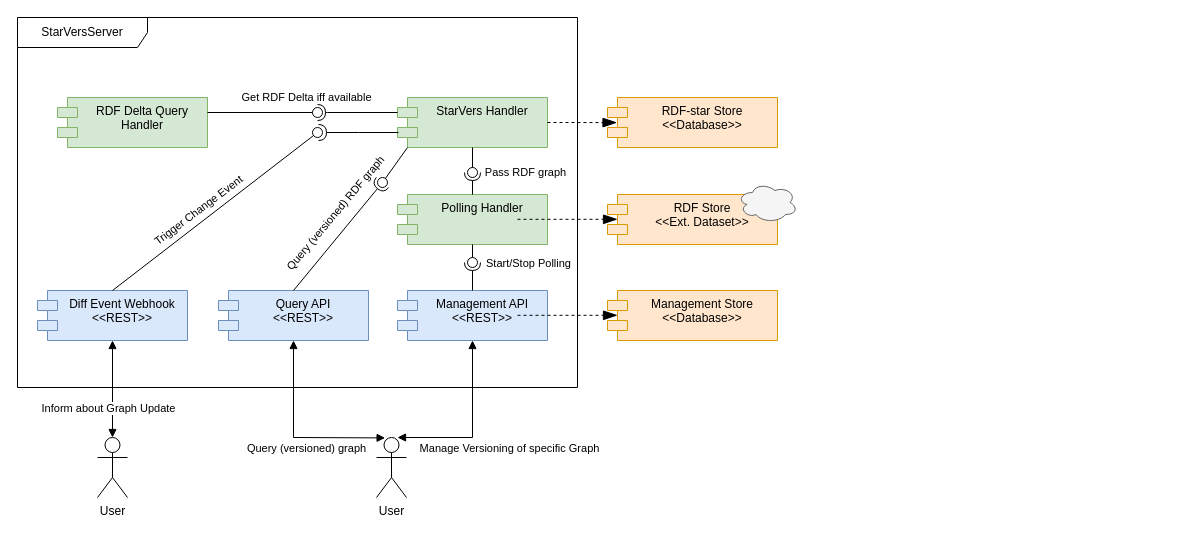
GreenfishK/starvers keeps this draw.io diagram as assets/ComponentDiagram.drawio. Above is the earlier version. Source tidied: cells renumbered, new cells numbered last; positions are measured from the earlier drawing's top-left corner, leaving out a move shared by most shapes. Both pictures are drawn from the tidied source at 100%, with x=0, y=0 at pixel (17, 17).
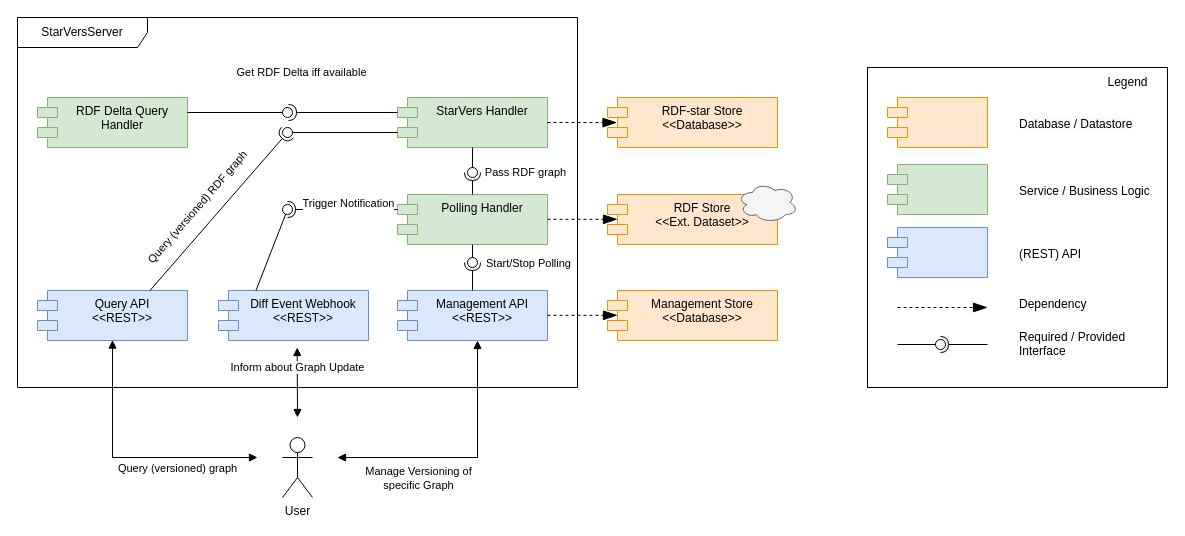
The same page after the edit.

The change refers to these unchanged cells:
```xml
<mxCell id="2" value="Polling Handler" style="shape=module;align=left;spacingLeft=20;align=center;verticalAlign=top;whiteSpace=wrap;html=1;fillColor=#d5e8d4;strokeColor=#82b366;" parent="1" vertex="1">
  <mxGeometry x="380" y="177" width="150" height="50" as="geometry" />
</mxCell>
<mxCell id="6" value="Management API&lt;br&gt;&amp;lt;&amp;lt;REST&amp;gt;&amp;gt;" style="shape=module;align=left;spacingLeft=20;align=center;verticalAlign=top;whiteSpace=wrap;html=1;fillColor=#dae8fc;strokeColor=#6c8ebf;" parent="1" vertex="1">
  <mxGeometry x="380" y="273" width="150" height="50" as="geometry" />
</mxCell>
<mxCell id="7" value="StarVers Handler" style="shape=module;align=left;spacingLeft=20;align=center;verticalAlign=top;whiteSpace=wrap;html=1;fillColor=#d5e8d4;strokeColor=#82b366;" parent="1" vertex="1">
  <mxGeometry x="380" y="80" width="150" height="50" as="geometry" />
</mxCell>
```

What changed in the source:
```diff
@@
-    <mxCell id="8" value="Diff Event Webhook&lt;br&gt;&amp;lt;&amp;lt;REST&amp;gt;&amp;gt;" style="shape=module;align=left;spacingLeft=20;align=center;verticalAlign=top;whiteSpace=wrap;html=1;fillColor=#dae8fc;strokeColor=#6c8ebf;" parent="1" vertex="1">
+    <mxCell id="8" value="Query API&lt;br style=&quot;border-color: var(--border-color);&quot;&gt;&amp;lt;&amp;lt;REST&amp;gt;&amp;gt;" style="shape=module;align=left;spacingLeft=20;align=center;verticalAlign=top;whiteSpace=wrap;html=1;fillColor=#dae8fc;strokeColor=#6c8ebf;" parent="1" vertex="1">
       <mxGeometry x="20" y="273" width="150" height="50" as="geometry" />
     </mxCell>
     <mxCell id="9" value="User" style="shape=umlActor;verticalLabelPosition=bottom;verticalAlign=top;html=1;" parent="1" vertex="1">
-      <mxGeometry x="359" y="420" width="30" height="60" as="geometry" />
+      <mxGeometry x="265" y="420" width="30" height="60" as="geometry" />
     </mxCell>
@@
     <mxCell id="11" value="RDF Delta Query Handler" style="shape=module;align=left;spacingLeft=20;align=center;verticalAlign=top;whiteSpace=wrap;html=1;fillColor=#d5e8d4;strokeColor=#82b366;" parent="1" vertex="1">
-      <mxGeometry x="40" y="80" width="150" height="50" as="geometry" />
+      <mxGeometry x="20" y="80" width="150" height="50" as="geometry" />
     </mxCell>
-    <mxCell id="12" style="rounded=0;orthogonalLoop=1;jettySize=auto;html=1;endArrow=halfCircle;endFill=0;endSize=6;strokeWidth=1;sketch=0;" parent="1" edge="1">
+    <mxCell id="12" style="rounded=0;jettySize=auto;html=1;endArrow=halfCircle;endFill=0;endSize=6;strokeWidth=1;sketch=0;exitX=0;exitY=0;exitDx=0;exitDy=15;exitPerimeter=0;" parent="1" edge="1" source="7">
       <mxGeometry relative="1" as="geometry">
-        <mxPoint x="380" y="95" as="sourcePoint" />
-        <mxPoint x="300" y="95" as="targetPoint" />
+        <mxPoint x="271" y="95" as="targetPoint" />
         <Array as="points">
-          <mxPoint x="310" y="95" />
+          <mxPoint x="281" y="95" />
         </Array>
       </mxGeometry>
     </mxCell>
     <mxCell id="13" style="rounded=0;orthogonalLoop=1;jettySize=auto;html=1;endArrow=oval;endFill=0;sketch=0;sourcePerimeterSpacing=0;targetPerimeterSpacing=0;endSize=10;" parent="1" edge="1">
       <mxGeometry relative="1" as="geometry">
-        <mxPoint x="190" y="95" as="sourcePoint" />
-        <mxPoint x="300" y="95" as="targetPoint" />
+        <mxPoint x="170" y="95" as="sourcePoint" />
+        <mxPoint x="270" y="95" as="targetPoint" />
       </mxGeometry>
     </mxCell>
@@
     <mxCell id="15" value="Get RDF Delta iff available" style="text;html=1;align=center;verticalAlign=middle;strokeColor=none;fillColor=none;fontSize=11;" parent="1" vertex="1">
-      <mxGeometry x="214" y="65" width="150" height="30" as="geometry" />
+      <mxGeometry x="209" y="40" width="150" height="30" as="geometry" />
     </mxCell>
@@
     <mxCell id="17" style="endArrow=blockThin;endSize=12;dashed=1;html=1;rounded=0;exitX=1;exitY=0.5;exitDx=0;exitDy=0;entryX=0.056;entryY=0.502;entryDx=0;entryDy=0;entryPerimeter=0;endFill=1;" parent="1" edge="1">
       <mxGeometry relative="1" as="geometry">
-        <mxPoint x="500" y="297.8" as="sourcePoint" />
+        <mxPoint x="530" y="297.8" as="sourcePoint" />
         <mxPoint x="600" y="297.8" as="targetPoint" />
       </mxGeometry>
     </mxCell>
     <mxCell id="18" style="endArrow=blockThin;endSize=12;dashed=1;html=1;rounded=0;exitX=1;exitY=0.5;exitDx=0;exitDy=0;entryX=0.056;entryY=0.502;entryDx=0;entryDy=0;entryPerimeter=0;endFill=1;" parent="1" edge="1">
       <mxGeometry relative="1" as="geometry">
-        <mxPoint x="500" y="201.8" as="sourcePoint" />
+        <mxPoint x="530" y="201.8" as="sourcePoint" />
         <mxPoint x="600" y="201.8" as="targetPoint" />
       </mxGeometry>
     </mxCell>
-    <mxCell id="19" value="Query API&lt;br&gt;&amp;lt;&amp;lt;REST&amp;gt;&amp;gt;" style="shape=module;align=left;spacingLeft=20;align=center;verticalAlign=top;whiteSpace=wrap;html=1;fillColor=#dae8fc;strokeColor=#6c8ebf;" parent="1" vertex="1">
+    <mxCell id="19" value="Diff Event Webhook&lt;br style=&quot;border-color: var(--border-color);&quot;&gt;&amp;lt;&amp;lt;REST&amp;gt;&amp;gt;" style="shape=module;align=left;spacingLeft=20;align=center;verticalAlign=top;whiteSpace=wrap;html=1;fillColor=#dae8fc;strokeColor=#6c8ebf;" parent="1" vertex="1">
       <mxGeometry x="201" y="273" width="150" height="50" as="geometry" />
     </mxCell>
@@
-    <mxCell id="28" style="rounded=0;jettySize=auto;html=1;endArrow=halfCircle;endFill=0;endSize=6;strokeWidth=1;sketch=0;exitX=0.5;exitY=0;exitDx=0;exitDy=0;" parent="1" edge="1" source="19" target="30">
+    <mxCell id="28" style="rounded=0;jettySize=auto;html=1;endArrow=oval;endFill=0;endSize=10;strokeWidth=1;sketch=0;exitX=0.25;exitY=0;exitDx=0;exitDy=0;" parent="1" edge="1" source="19" target="30">
       <mxGeometry relative="1" as="geometry" />
     </mxCell>
-    <mxCell id="29" style="rounded=0;jettySize=auto;html=1;endArrow=oval;endFill=0;sketch=0;sourcePerimeterSpacing=0;targetPerimeterSpacing=0;endSize=10;exitX=0;exitY=1;exitDx=10;exitDy=0;exitPerimeter=0;" parent="1" edge="1" source="7" target="30">
-      <mxGeometry relative="1" as="geometry" />
+    <mxCell id="29" style="rounded=0;jettySize=auto;html=1;endArrow=halfCircle;endFill=0;sketch=0;sourcePerimeterSpacing=0;targetPerimeterSpacing=0;endSize=6;exitX=0;exitY=0;exitDx=0;exitDy=15;exitPerimeter=0;" parent="1" edge="1" source="2" target="30">
+      <mxGeometry relative="1" as="geometry">
+        <Array as="points">
+          <mxPoint x="350" y="192" />
+        </Array>
+      </mxGeometry>
     </mxCell>
     <mxCell id="30" style="ellipse;whiteSpace=wrap;html=1;align=center;fillColor=none;strokeColor=none;perimeter=centerPerimeter;points=[];outlineConnect=1;" parent="1" vertex="1">
-      <mxGeometry x="360" y="160" width="10" height="10" as="geometry" />
+      <mxGeometry x="265" y="187" width="10" height="10" as="geometry" />
     </mxCell>
-    <mxCell id="31" value="Query&amp;nbsp;(versioned) RDF graph" style="text;html=1;align=center;verticalAlign=middle;strokeColor=none;fillColor=none;rotation=-50;fontSize=11;" parent="1" vertex="1">
-      <mxGeometry x="233" y="181" width="170" height="30" as="geometry" />
+    <mxCell id="31" value="Query&amp;nbsp;(versioned) RDF graph" style="text;html=1;align=center;verticalAlign=middle;strokeColor=none;fillColor=none;rotation=311;fontSize=11;" parent="1" vertex="1">
+      <mxGeometry x="95" y="175" width="170" height="30" as="geometry" />
     </mxCell>
@@
-    <mxCell id="33" style="rounded=0;orthogonalLoop=1;jettySize=auto;html=1;endArrow=halfCircle;endFill=0;endSize=6;strokeWidth=1;sketch=0;exitX=0;exitY=0;exitDx=0;exitDy=35;exitPerimeter=0;entryX=0.597;entryY=0.252;entryDx=0;entryDy=0;entryPerimeter=0;" parent="1" edge="1">
-      <mxGeometry relative="1" as="geometry">
-        <mxPoint x="381" y="115" as="sourcePoint" />
-        <mxPoint x="301" y="115" as="targetPoint" />
-        <Array as="points">
-          <mxPoint x="341" y="115" />
-        </Array>
-      </mxGeometry>
-    </mxCell>
-    <mxCell id="34" style="rounded=0;jettySize=auto;html=1;endArrow=oval;endFill=0;sketch=0;sourcePerimeterSpacing=0;targetPerimeterSpacing=0;endSize=10;exitX=0.5;exitY=0;exitDx=0;exitDy=0;" parent="1" edge="1" source="8" target="36">
-      <mxGeometry relative="1" as="geometry" />
-    </mxCell>
-    <mxCell id="35" value="Trigger Change Event" style="edgeLabel;html=1;align=center;verticalAlign=middle;rotation=323;" parent="34" vertex="1">
-      <mxGeometry x="-0.07" y="1" relative="1" as="geometry">
-        <mxPoint x="-9" y="-6" as="offset" />
-      </mxGeometry>
-    </mxCell>
-    <mxCell id="36" style="ellipse;whiteSpace=wrap;html=1;align=center;fillColor=none;strokeColor=none;perimeter=centerPerimeter;points=[];outlineConnect=1;" parent="1" vertex="1">
-      <mxGeometry x="295" y="110" width="10" height="10" as="geometry" />
-    </mxCell>
-    <mxCell id="37" value="User" style="shape=umlActor;verticalLabelPosition=bottom;verticalAlign=top;html=1;" parent="1" vertex="1">
-      <mxGeometry x="80" y="420" width="30" height="60" as="geometry" />
-    </mxCell>
-    <mxCell id="38" style="html=1;verticalAlign=bottom;endArrow=block;curved=0;rounded=0;startArrow=block;startFill=1;exitX=0.5;exitY=1;exitDx=0;exitDy=0;entryX=0.7;entryY=0;entryDx=0;entryDy=0;entryPerimeter=0;" parent="1" edge="1" source="6" target="9">
+    <mxCell id="38" style="html=1;verticalAlign=bottom;endArrow=block;curved=0;rounded=0;startArrow=block;startFill=1;exitX=0.5;exitY=1;exitDx=0;exitDy=0;" parent="1" edge="1">
       <mxGeometry relative="1" as="geometry">
+        <mxPoint x="460" y="323" as="sourcePoint" />
+        <mxPoint x="320" y="440" as="targetPoint" />
         <Array as="points">
-          <mxPoint x="455" y="420" />
+          <mxPoint x="460" y="440" />
         </Array>
       </mxGeometry>
     </mxCell>
-    <mxCell id="39" value="Manage Versioning of specific Graph" style="edgeLabel;html=1;align=center;verticalAlign=middle;" parent="38" vertex="1">
+    <mxCell id="39" value="Manage Versioning of&lt;br&gt;specific Graph" style="edgeLabel;html=1;align=center;verticalAlign=middle;" parent="38" vertex="1">
       <mxGeometry x="0.18" y="1" relative="1" as="geometry">
-        <mxPoint x="40" y="9" as="offset" />
+        <mxPoint x="-25" y="19" as="offset" />
       </mxGeometry>
     </mxCell>
-    <mxCell id="40" style="html=1;verticalAlign=bottom;endArrow=block;curved=0;rounded=0;startArrow=block;startFill=1;exitX=0.5;exitY=1;exitDx=0;exitDy=0;entryX=0.288;entryY=0.007;entryDx=0;entryDy=0;entryPerimeter=0;fontStyle=1;" parent="1" edge="1">
+    <mxCell id="40" style="html=1;verticalAlign=bottom;endArrow=block;curved=0;rounded=0;startArrow=block;startFill=1;exitX=0.5;exitY=1;exitDx=0;exitDy=0;fontStyle=1;" parent="1" edge="1">
       <mxGeometry relative="1" as="geometry">
-        <mxPoint x="276" y="323" as="sourcePoint" />
-        <mxPoint x="367.6" y="420.4" as="targetPoint" />
+        <mxPoint x="95" y="322.6" as="sourcePoint" />
+        <mxPoint x="240" y="440" as="targetPoint" />
         <Array as="points">
-          <mxPoint x="276" y="420" />
+          <mxPoint x="95" y="440" />
         </Array>
       </mxGeometry>
     </mxCell>
     <mxCell id="41" value="Query (versioned) graph" style="edgeLabel;html=1;align=center;verticalAlign=middle;" parent="40" vertex="1">
       <mxGeometry x="0.4" relative="1" as="geometry">
-        <mxPoint x="-22" y="10" as="offset" />
+        <mxPoint x="-2" y="10" as="offset" />
       </mxGeometry>
     </mxCell>
-    <mxCell id="42" style="html=1;verticalAlign=bottom;endArrow=block;curved=0;rounded=0;startArrow=block;startFill=1;exitX=0.5;exitY=1;exitDx=0;exitDy=0;entryX=0.5;entryY=0;entryDx=0;entryDy=0;entryPerimeter=0;fontStyle=1;" parent="1" edge="1" source="8" target="37">
-      <mxGeometry relative="1" as="geometry" />
+    <mxCell id="42" style="html=1;verticalAlign=bottom;endArrow=block;curved=0;rounded=0;startArrow=block;startFill=1;exitX=0.5;exitY=1;exitDx=0;exitDy=0;fontStyle=1;" parent="1" edge="1">
+      <mxGeometry relative="1" as="geometry">
+        <mxPoint x="279.7" y="330" as="sourcePoint" />
+        <mxPoint x="280" y="400" as="targetPoint" />
+      </mxGeometry>
     </mxCell>
     <mxCell id="43" value="Inform about Graph Update" style="edgeLabel;html=1;align=center;verticalAlign=middle;" parent="42" vertex="1">
       <mxGeometry x="0.4" relative="1" as="geometry">
-        <mxPoint x="-5" y="-1" as="offset" />
+        <mxPoint y="-29" as="offset" />
       </mxGeometry>
     </mxCell>
@@
+    <mxCell id="45" value="Trigger Notification" style="edgeLabel;html=1;align=center;verticalAlign=middle;rotation=0;" parent="1" vertex="1">
+      <mxGeometry x="330" y="185" as="geometry" />
+    </mxCell>
+    <mxCell id="46" style="rounded=0;jettySize=auto;html=1;endArrow=halfCircle;endFill=0;endSize=6;strokeWidth=1;sketch=0;exitX=0.75;exitY=0;exitDx=0;exitDy=0;" parent="1" edge="1" source="8" target="48">
+      <mxGeometry relative="1" as="geometry" />
+    </mxCell>
+    <mxCell id="47" style="rounded=0;jettySize=auto;html=1;endArrow=oval;endFill=0;sketch=0;sourcePerimeterSpacing=0;targetPerimeterSpacing=0;endSize=10;exitX=0;exitY=0;exitDx=0;exitDy=35;exitPerimeter=0;" parent="1" edge="1" source="7" target="48">
+      <mxGeometry relative="1" as="geometry" />
+    </mxCell>
+    <mxCell id="48" style="ellipse;whiteSpace=wrap;html=1;align=center;fillColor=none;strokeColor=none;perimeter=centerPerimeter;points=[];outlineConnect=1;" parent="1" vertex="1">
+      <mxGeometry x="265" y="110" width="10" height="10" as="geometry" />
+    </mxCell>
+    <mxCell id="49" style="shape=module;align=left;spacingLeft=20;align=center;verticalAlign=top;whiteSpace=wrap;html=1;fillColor=#ffe6cc;strokeColor=#d79b00;" parent="1" vertex="1">
+      <mxGeometry x="870" y="80" width="100" height="50" as="geometry" />
+    </mxCell>
+    <mxCell id="50" style="shape=module;align=left;spacingLeft=20;align=center;verticalAlign=top;whiteSpace=wrap;html=1;fillColor=#d5e8d4;strokeColor=#82b366;" parent="1" vertex="1">
+      <mxGeometry x="870" y="147" width="100" height="50" as="geometry" />
+    </mxCell>
+    <mxCell id="51" style="shape=module;align=left;spacingLeft=20;align=center;verticalAlign=top;whiteSpace=wrap;html=1;fillColor=#dae8fc;strokeColor=#6c8ebf;" parent="1" vertex="1">
+      <mxGeometry x="870" y="210" width="100" height="50" as="geometry" />
+    </mxCell>
+    <mxCell id="52" value="&lt;span style=&quot;color: rgb(0, 0, 0); font-family: Helvetica; font-size: 12px; font-style: normal; font-variant-ligatures: normal; font-variant-caps: normal; font-weight: 400; letter-spacing: normal; orphans: 2; text-align: center; text-indent: 0px; text-transform: none; widows: 2; word-spacing: 0px; -webkit-text-stroke-width: 0px; background-color: rgb(251, 251, 251); text-decoration-thickness: initial; text-decoration-style: initial; text-decoration-color: initial; float: none; display: inline !important;&quot;&gt;Database / Datastore&lt;/span&gt;" style="text;whiteSpace=wrap;html=1;" parent="1" vertex="1">
+      <mxGeometry x="1000" y="92.5" width="150" height="25" as="geometry" />
+    </mxCell>
+    <mxCell id="53" value="&lt;div style=&quot;text-align: center;&quot;&gt;&lt;span style=&quot;background-color: initial;&quot;&gt;Service / Business Logic&lt;/span&gt;&lt;/div&gt;" style="text;whiteSpace=wrap;html=1;" parent="1" vertex="1">
+      <mxGeometry x="1000" y="159.5" width="150" height="25" as="geometry" />
+    </mxCell>
+    <mxCell id="54" value="&lt;div style=&quot;text-align: center;&quot;&gt;(REST) API&lt;/div&gt;" style="text;whiteSpace=wrap;html=1;" parent="1" vertex="1">
+      <mxGeometry x="1000" y="222.5" width="150" height="25" as="geometry" />
+    </mxCell>
+    <mxCell id="55" style="endArrow=blockThin;endSize=12;dashed=1;html=1;rounded=0;exitX=1;exitY=0.5;exitDx=0;exitDy=0;endFill=1;" parent="1" edge="1">
+      <mxGeometry relative="1" as="geometry">
+        <mxPoint x="880" y="290" as="sourcePoint" />
+        <mxPoint x="970" y="290" as="targetPoint" />
+      </mxGeometry>
+    </mxCell>
+    <mxCell id="56" value="&lt;div style=&quot;text-align: center;&quot;&gt;Dependency&lt;/div&gt;" style="text;whiteSpace=wrap;html=1;" parent="1" vertex="1">
+      <mxGeometry x="1000" y="273" width="150" height="25" as="geometry" />
+    </mxCell>
+    <mxCell id="57" style="rounded=0;jettySize=auto;html=1;endArrow=halfCircle;endFill=0;endSize=6;strokeWidth=1;sketch=0;" parent="1" edge="1" target="59">
+      <mxGeometry relative="1" as="geometry">
+        <mxPoint x="970" y="327" as="sourcePoint" />
+      </mxGeometry>
+    </mxCell>
+    <mxCell id="58" style="rounded=0;jettySize=auto;html=1;endArrow=oval;endFill=0;sketch=0;sourcePerimeterSpacing=0;targetPerimeterSpacing=0;endSize=10;" parent="1" edge="1" target="59">
+      <mxGeometry relative="1" as="geometry">
+        <mxPoint x="880" y="327" as="sourcePoint" />
+      </mxGeometry>
+    </mxCell>
+    <mxCell id="59" style="ellipse;whiteSpace=wrap;html=1;align=center;fillColor=none;strokeColor=none;perimeter=centerPerimeter;points=[];outlineConnect=1;" parent="1" vertex="1">
+      <mxGeometry x="918" y="322" width="10" height="10" as="geometry" />
+    </mxCell>
+    <mxCell id="60" value="&lt;div style=&quot;&quot;&gt;Required / Provided&lt;br&gt;Interface&lt;/div&gt;" style="text;whiteSpace=wrap;html=1;align=left;" parent="1" vertex="1">
+      <mxGeometry x="1000" y="305.5" width="150" height="25" as="geometry" />
+    </mxCell>
+    <mxCell id="61" style="rounded=0;whiteSpace=wrap;html=1;fillColor=none;" parent="1" vertex="1">
+      <mxGeometry x="850" y="50" width="300" height="320" as="geometry" />
+    </mxCell>
+    <mxCell id="62" value="Legend" style="text;html=1;align=center;verticalAlign=middle;strokeColor=none;fillColor=none;" parent="1" vertex="1">
+      <mxGeometry x="1080" y="50" width="60" height="30" as="geometry" />
+    </mxCell>
```
